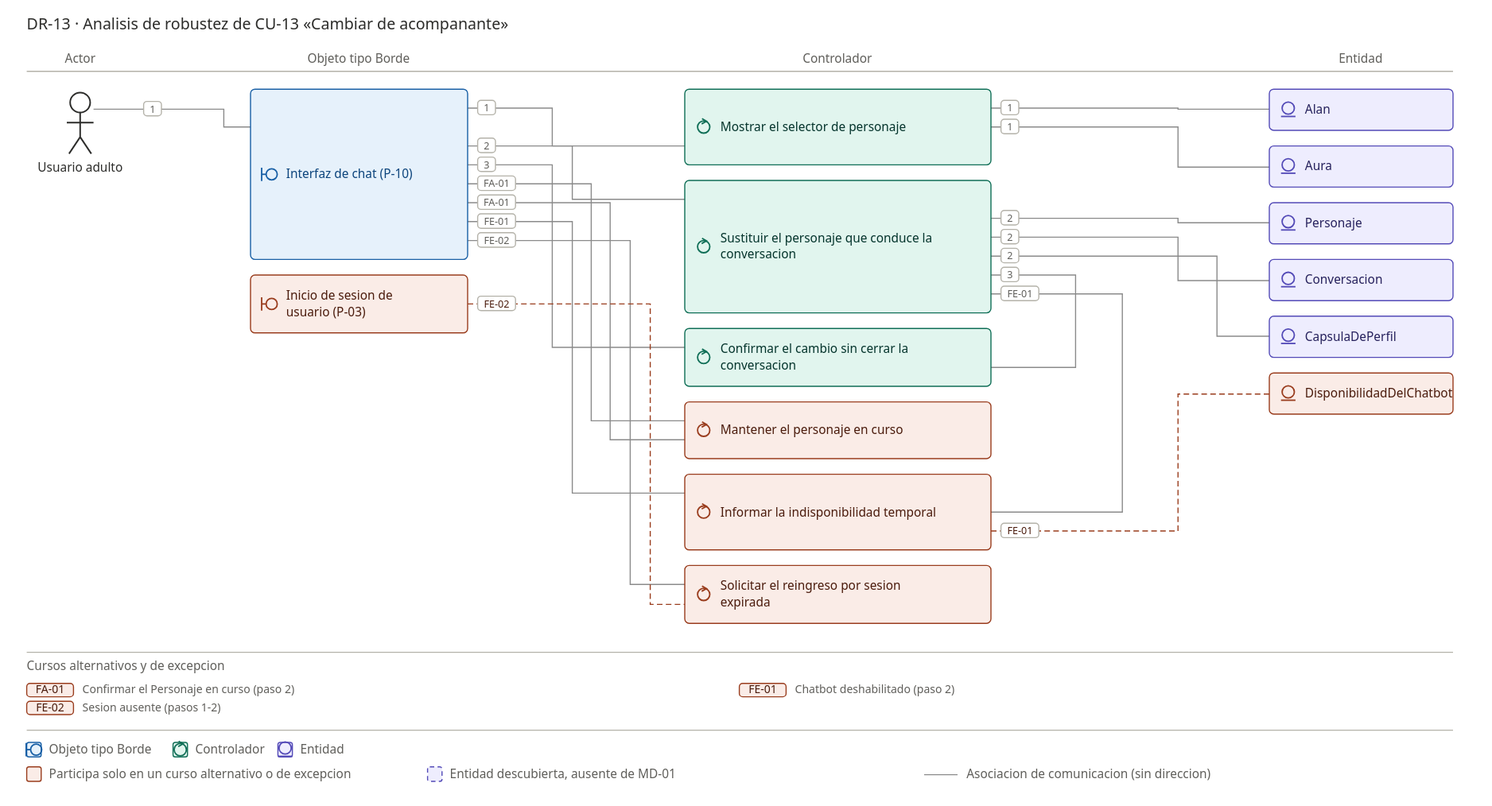
Earlier version of the PlantUML export docs/07_casos_uso/robustez/DR-13_robustez_cambiar_de_acompanante.svg (jonatan8254/alan-aura-academico). Its source is kept beside it as docs/07_casos_uso/robustez/DR-13_robustez_cambiar_de_acompanante.puml. Its diagram source:
```plantuml
@startuml
left to right direction
skinparam linetype ortho
skinparam shadowing false

actor "Usuario adulto" as ACT_Usuario

boundary "Interfaz de chat (P-10)" as B_InterfazChat
boundary "Inicio de sesion de usuario (P-03)" as B_PaginaInicioSesion #LightCoral

control "Mostrar el selector de personaje" as C_MostrarSelectorPersonaje
control "Sustituir el personaje que conduce la conversacion" as C_SustituirPersonaje
control "Confirmar el cambio sin cerrar la conversacion" as C_ConfirmarCambio
control "Mantener el personaje en curso" as C_MantenerPersonajeEnCurso #LightCoral
control "Informar la indisponibilidad temporal" as C_InformarIndisponibilidad #LightCoral
control "Solicitar el reingreso por sesion expirada" as C_SolicitarReingreso #LightCoral

entity "Personaje" as E_Personaje
entity "Alan" as E_Alan
entity "Aura" as E_Aura
entity "Conversacion" as E_Conversacion
entity "CapsulaDePerfil" as E_CapsulaDePerfil
entity "DisponibilidadDelChatbot" as E_DisponibilidadDelChatbot #LightCoral

ACT_Usuario -- B_InterfazChat : 1 solicita cambiar de acompanante
B_InterfazChat -- C_MostrarSelectorPersonaje : 1 muestra el selector de personaje
C_MostrarSelectorPersonaje -- E_Alan : 1 ofrece el personaje de activacion
C_MostrarSelectorPersonaje -- E_Aura : 1 ofrece el personaje de calma
B_InterfazChat -- C_SustituirPersonaje : 2 confirma el otro personaje
C_SustituirPersonaje -- E_Personaje : 2 sustituye el interlocutor de la sesion
C_SustituirPersonaje -- E_Conversacion : 2 la conversacion sigue abierta
C_SustituirPersonaje -- E_CapsulaDePerfil : 2 consulta character sin reescribirlo
C_SustituirPersonaje -- C_ConfirmarCambio : 3 cambio aplicado
C_ConfirmarCambio -- B_InterfazChat : 3 confirma el cambio; continua en el paso 2 de CU-06

B_InterfazChat -- C_MantenerPersonajeEnCurso : FA-01 elige el personaje que ya conduce la sesion
C_MantenerPersonajeEnCurso -- B_InterfazChat : FA-01 continua en el paso 2 de CU-06 sin cambio observable

C_SustituirPersonaje -- C_InformarIndisponibilidad : FE-01 el kill switch se activa durante el cambio
C_InformarIndisponibilidad -- E_DisponibilidadDelChatbot : FE-01 consulta el estado global
C_InformarIndisponibilidad -- B_InterfazChat : FE-01 termina; 409 y la conversacion se cierra

B_InterfazChat -- C_SolicitarReingreso : FE-02 la sesion expira
C_SolicitarReingreso -- B_PaginaInicioSesion : FE-02 termina; 401 sin sustituir el personaje

legend right
  <b>Convencion de color</b>
  #LightCoral = objeto que participa solo en un curso alternativo (FA) o de excepcion (FE)
endlegend

note as N_DR13
  <b>CU-13 - Cambiar de acompanante</b> (ECU-13 v1.0) - actor: Usuario adulto
  Caso de uso que <b>extiende</b> a CU-06 (<<extend>>). Realiza RF-12 en su mitad «durante».
  PRE-01 sesion activa. PRE-02 rol usuario validado en servidor. PRE-03 capa base del
  Consentimiento vigente. PRE-04 chatbot habilitado. PRE-05 existe una Conversacion abierta.
  <b>Disparador</b> El Usuario solicita cambiar de acompanante en cualquier turno.

  <b>Flujo basico</b>
  1. El Usuario solicita cambiar de acompanante. El sistema muestra el selector de personaje.
  2. El Usuario confirma el otro Personaje (Alan a Aura o a la inversa). El sistema sustituye
     el Personaje que conduce la Conversacion.
  3. El sistema confirma el cambio sin cerrar la Conversacion. Continua en el paso 2 de CU-06,
     ahora con el nuevo Personaje modulando el tono.

  <b>Cursos alternativos</b>
  FA-01 Confirmar el Personaje en curso (paso 2): no altera nada; sin cambio observable de
        tono. Continua en el paso 2 de CU-06.

  <b>Cursos de excepcion</b>
  FE-01 Chatbot deshabilitado (paso 2): 409; informa indisponibilidad temporal. Termina y la
        Conversacion se cierra.
  FE-02 Sesion ausente (pasos 1-2): 401; no sustituye el Personaje. Termina; reingresar por CU-03.

  <b>Postcondicion</b> La Conversacion sigue abierta y la conduce el Personaje recien elegido.
  <b>Invariante</b> CapsulaDePerfil.character NO cambia: la sesion usa otro Personaje sin
  reescribir la capsula (RN-01.6). Ninguna escritura persistida en todo el caso de uso.
  <b>Reglas</b> RN-02.6, RN-02.4, RN-01.6, RN-02.7. <b>Traza</b> RF-12 -> OBJ-2.
  <b>Pantallas</b> P-10 compartida con CU-06; P-03 en FE-02.

  <b>Notas de modelado</b>
  - <b>La capsula se consulta, no se escribe.</b> El arco a CapsulaDePerfil existe para que el
    invariante sea legible en el diagrama: el controlador la toca y sale sin modificarla. Es
    la unica frase con contenido verificable que la especificacion de origen tenia, y vivia en
    ECU-05, la especificacion equivocada.
  - <b>El gate de seguridad no aparece aqui.</b> Cambiar de Personaje modula el tono, no las
    reglas de seguridad (RN-02.4): el gate y las guardas de salida pertenecen a CU-06 y se
    dibujan en DR-06. Que no esten en este diagrama es la afirmacion, no un olvido.
  - <b>Este caso de uso si cuelga de un actor</b>, a diferencia de CU-14: es una extension que
    el Usuario pide de forma deliberada, no una subfuncion automatica.
end note

@enduml
```
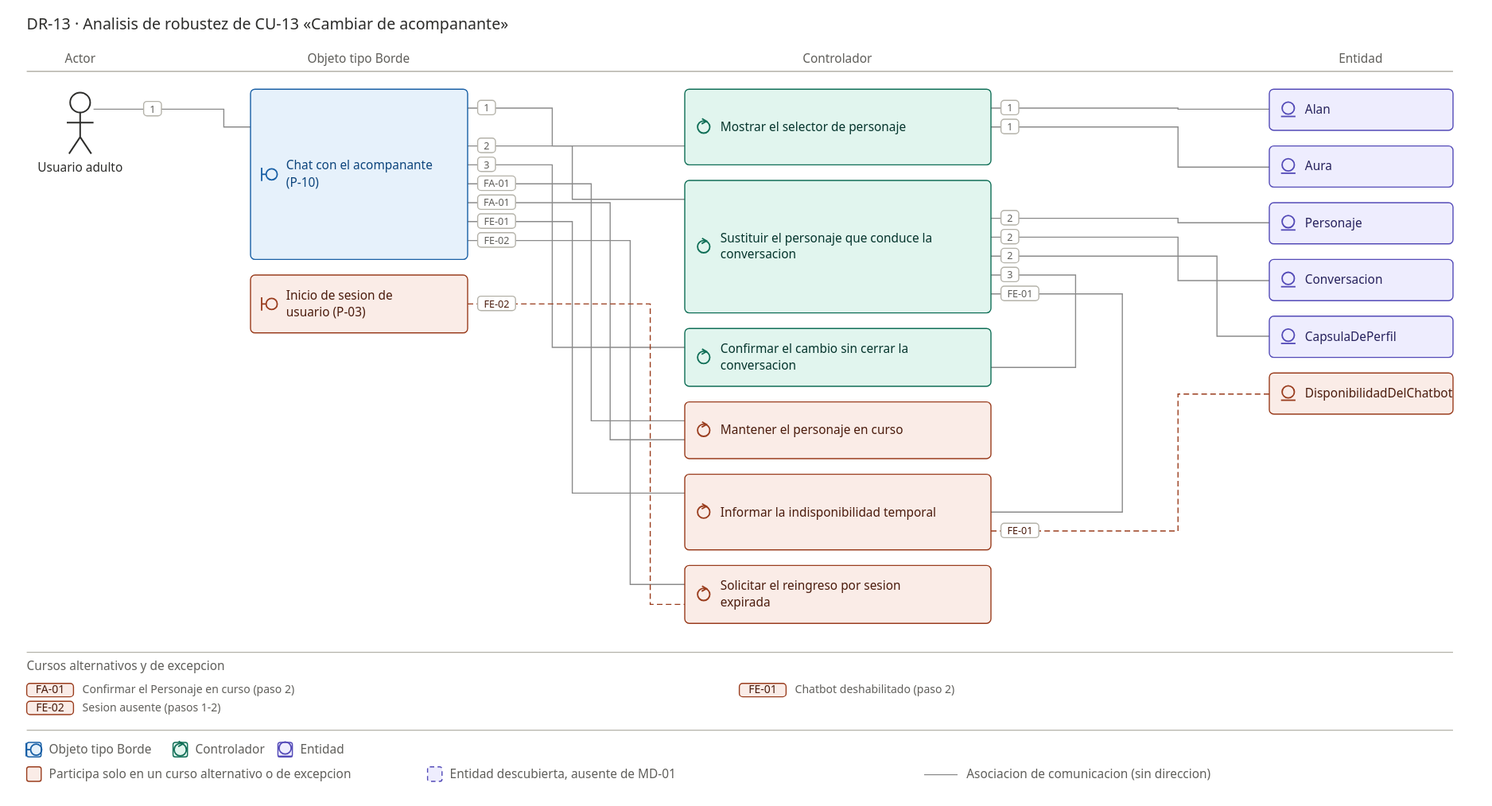
Above is the later version.

The edit, as a diff of the source:
```diff
@@ -5,7 +5,7 @@
 
 actor "Usuario adulto" as ACT_Usuario
 
-boundary "Interfaz de chat (P-10)" as B_InterfazChat
+boundary "Chat con el acompanante (P-10)" as B_InterfazDeChat
 boundary "Inicio de sesion de usuario (P-03)" as B_PaginaInicioSesion #LightCoral
 
 control "Mostrar el selector de personaje" as C_MostrarSelectorPersonaje
@@ -22,25 +22,25 @@
 entity "CapsulaDePerfil" as E_CapsulaDePerfil
 entity "DisponibilidadDelChatbot" as E_DisponibilidadDelChatbot #LightCoral
 
-ACT_Usuario -- B_InterfazChat : 1 solicita cambiar de acompanante
-B_InterfazChat -- C_MostrarSelectorPersonaje : 1 muestra el selector de personaje
+ACT_Usuario -- B_InterfazDeChat : 1 solicita cambiar de acompanante
+B_InterfazDeChat -- C_MostrarSelectorPersonaje : 1 muestra el selector de personaje
 C_MostrarSelectorPersonaje -- E_Alan : 1 ofrece el personaje de activacion
 C_MostrarSelectorPersonaje -- E_Aura : 1 ofrece el personaje de calma
-B_InterfazChat -- C_SustituirPersonaje : 2 confirma el otro personaje
+B_InterfazDeChat -- C_SustituirPersonaje : 2 confirma el otro personaje
 C_SustituirPersonaje -- E_Personaje : 2 sustituye el interlocutor de la sesion
 C_SustituirPersonaje -- E_Conversacion : 2 la conversacion sigue abierta
 C_SustituirPersonaje -- E_CapsulaDePerfil : 2 consulta character sin reescribirlo
 C_SustituirPersonaje -- C_ConfirmarCambio : 3 cambio aplicado
-C_ConfirmarCambio -- B_InterfazChat : 3 confirma el cambio; continua en el paso 2 de CU-06
+C_ConfirmarCambio -- B_InterfazDeChat : 3 confirma el cambio; continua en el paso 2 de CU-06
 
-B_InterfazChat -- C_MantenerPersonajeEnCurso : FA-01 elige el personaje que ya conduce la sesion
-C_MantenerPersonajeEnCurso -- B_InterfazChat : FA-01 continua en el paso 2 de CU-06 sin cambio observable
+B_InterfazDeChat -- C_MantenerPersonajeEnCurso : FA-01 elige el personaje que ya conduce la sesion
+C_MantenerPersonajeEnCurso -- B_InterfazDeChat : FA-01 continua en el paso 2 de CU-06 sin cambio observable
 
 C_SustituirPersonaje -- C_InformarIndisponibilidad : FE-01 el kill switch se activa durante el cambio
 C_InformarIndisponibilidad -- E_DisponibilidadDelChatbot : FE-01 consulta el estado global
-C_InformarIndisponibilidad -- B_InterfazChat : FE-01 termina; 409 y la conversacion se cierra
+C_InformarIndisponibilidad -- B_InterfazDeChat : FE-01 termina; 409 y la conversacion se cierra
 
-B_InterfazChat -- C_SolicitarReingreso : FE-02 la sesion expira
+B_InterfazDeChat -- C_SolicitarReingreso : FE-02 la sesion expira
 C_SolicitarReingreso -- B_PaginaInicioSesion : FE-02 termina; 401 sin sustituir el personaje
 
 legend right
```
